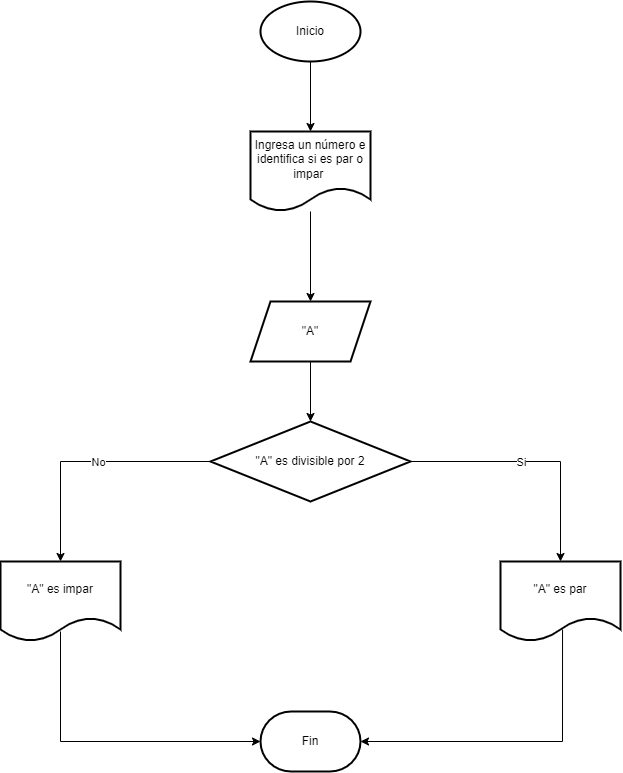
The draw.io diagram Diagrama sin título.drawio.png in revertd/class-projects, before a commit. Source tidied: cells renumbered, new cells last; positions are measured from the earlier drawing's top-left corner, leaving out a move shared by most shapes.
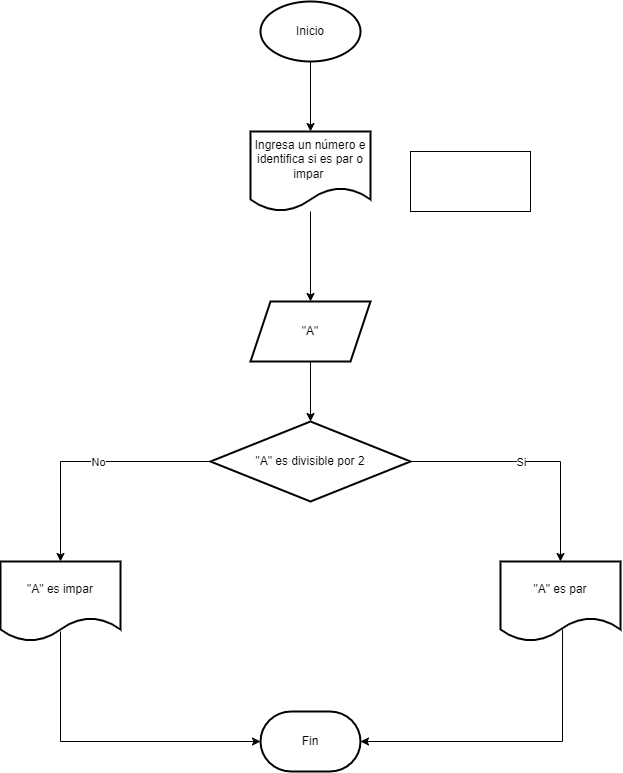
After the commit.

Change to the diagram source:
```diff
@@ -60,5 +60,8 @@
     <mxCell id="17" value="Fin" style="strokeWidth=2;html=1;shape=mxgraph.flowchart.terminator;whiteSpace=wrap;" parent="1" vertex="1">
       <mxGeometry x="260" y="710" width="100" height="60" as="geometry" />
     </mxCell>
+    <mxCell id="18" style="whiteSpace=wrap;html=1;" parent="1" vertex="1">
+      <mxGeometry x="410" y="150" width="120" height="60" as="geometry" />
+    </mxCell>
   </root>
 </mxGraphModel>
```
